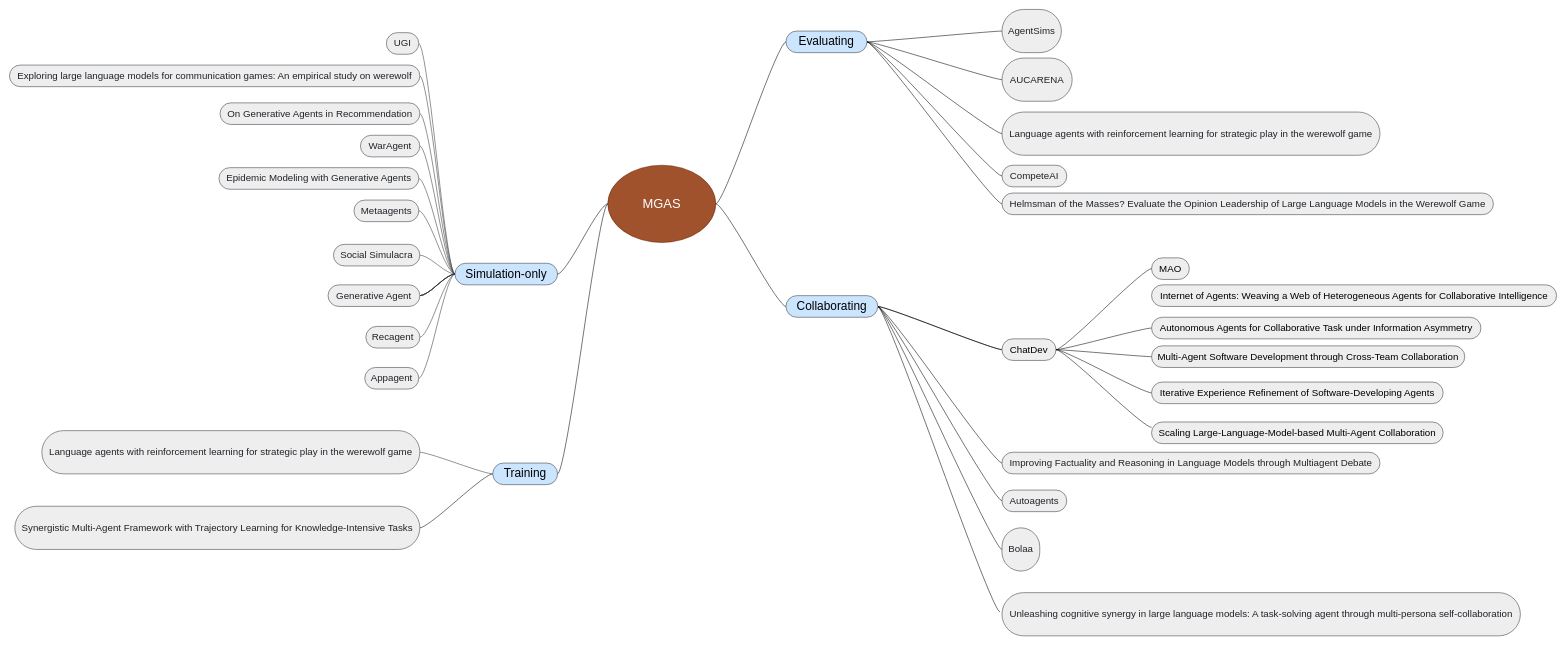
bianhua-12/Multi-generative_Agent_System_survey keeps this draw.io diagram as page "Application_framework" (4 of 5) of Sim_Survey.drawio. Above is the earlier version. Source tidied: cells renumbered, new cells numbered last; positions are measured from the earlier drawing's top-left corner, leaving out a move shared by most shapes. Both pictures are drawn from the tidied source at 54%, with x=0, y=0 at pixel (9, 9).
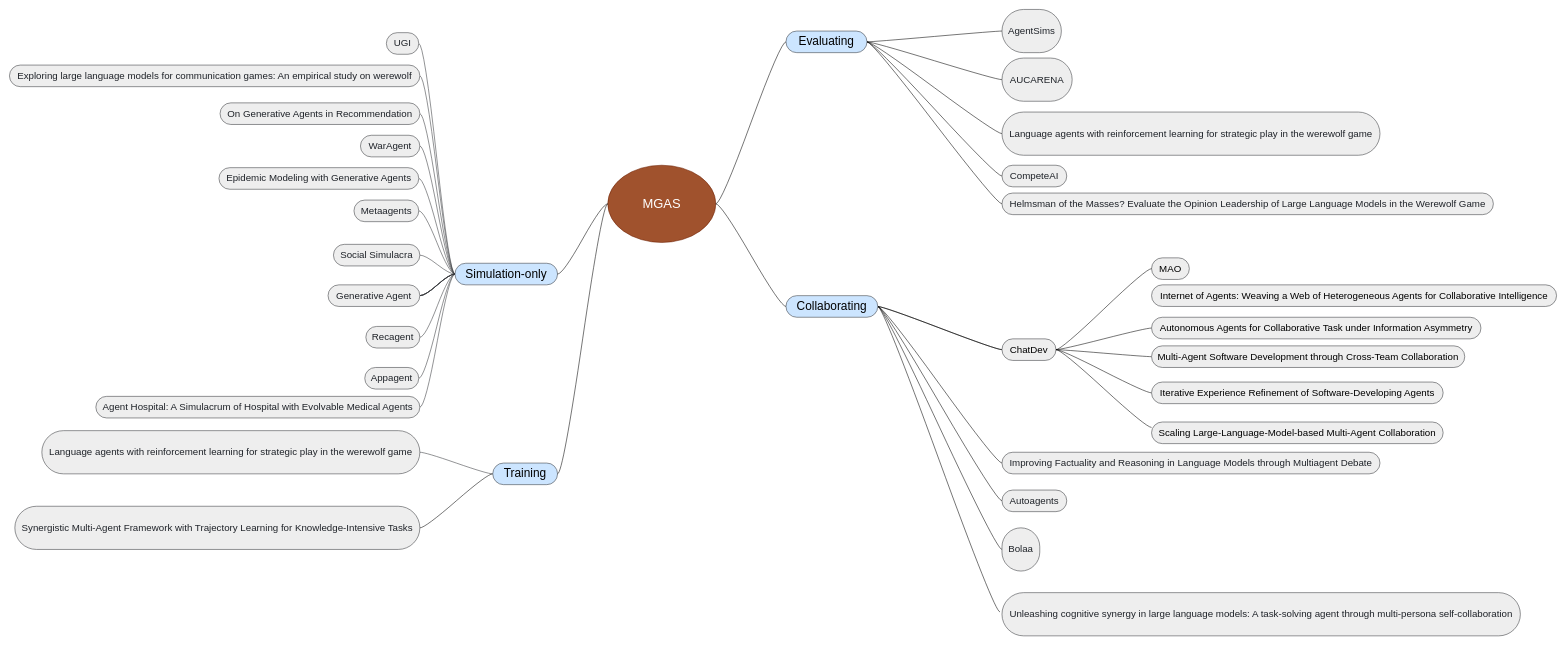
After the change.

The change refers to these unchanged cells:
```xml
<mxCell id="18" value="Simulation-only" style="whiteSpace=wrap;html=1;rounded=1;arcSize=50;align=center;verticalAlign=middle;strokeWidth=1;spacing=4;newEdgeStyle={&quot;edgeStyle&quot;:&quot;entityRelationEdgeStyle&quot;,&quot;startArrow&quot;:&quot;none&quot;,&quot;endArrow&quot;:&quot;none&quot;,&quot;segment&quot;:10,&quot;curved&quot;:1,&quot;sourcePerimeterSpacing&quot;:0,&quot;targetPerimeterSpacing&quot;:0};fontSize=22;fillColor=#cce5ff;strokeColor=#36393d;" parent="1" vertex="1">
  <mxGeometry x="825" y="470" width="190" height="40" as="geometry" />
</mxCell>
```

Change to the diagram source:
```diff
@@
+    <mxCell id="71" style="edgeStyle=entityRelationEdgeStyle;rounded=0;jettySize=auto;html=1;startArrow=none;endArrow=none;segment=10;curved=1;sourcePerimeterSpacing=0;targetPerimeterSpacing=0;fontSize=18;fillColor=#eeeeee;strokeColor=#36393d;" parent="1" edge="1" source="18" target="72">
+      <mxGeometry relative="1" as="geometry" />
+    </mxCell>
+    <mxCell id="72" value="&lt;div style=&quot;&quot;&gt;&lt;font color=&quot;#1f2329&quot;&gt;Agent Hospital: A Simulacrum of Hospital with Evolvable Medical Agents&lt;/font&gt;&lt;br style=&quot;font-size: 18px;&quot;&gt;&lt;/div&gt;&lt;span style=&quot;white-space-collapse: preserve; font-size: 18px;&quot;&gt;&lt;/span&gt;" style="whiteSpace=wrap;html=1;rounded=1;arcSize=50;strokeWidth=1;spacing=4;fontSize=18;fillColor=#eeeeee;strokeColor=#36393d;" parent="1" vertex="1">
+      <mxGeometry x="160" y="716.5" width="600" height="40" as="geometry" />
+    </mxCell>
```
